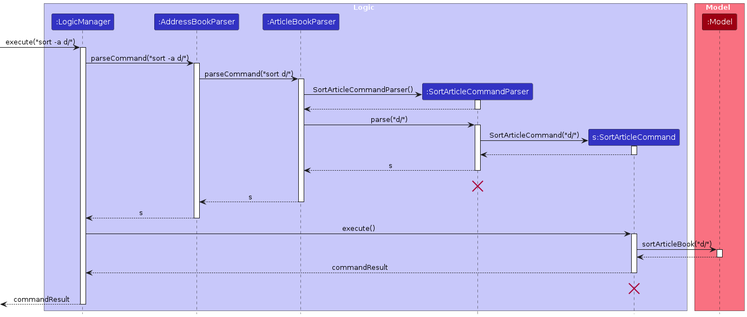
Ko-Khan/tp keeps this PlantUML diagram as diagrams/SortArticlesSequenceDiagram-Logic.png. Above is the earlier version. Its source is kept beside it as diagrams/SortArticlesSequenceDiagram-Logic.puml.
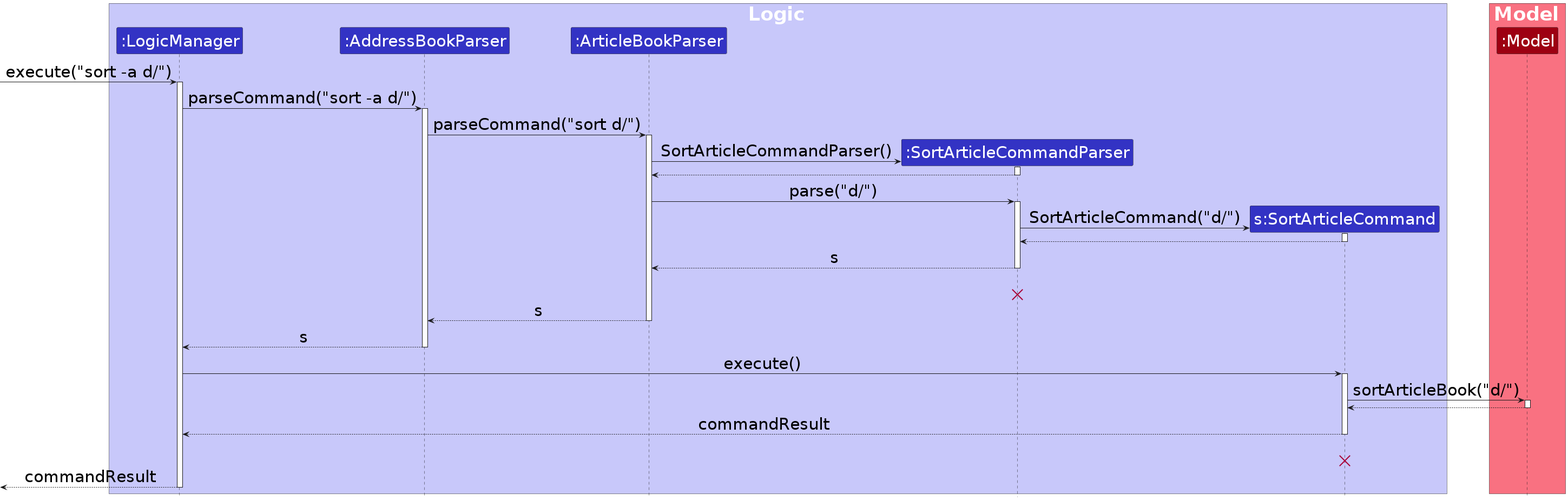
After the change.

Diff of the diagram source:
```diff
@@ -1,8 +1,9 @@
 @startuml
-!include style.puml
+!include style3.puml
 skinparam ArrowFontStyle plain
 
-box Logic LOGIC_COLOR_T1
+
+box <size:35>Logic</size> LOGIC_COLOR_T1
 participant ":LogicManager" as LogicManager LOGIC_COLOR
 participant ":AddressBookParser" as AddressBookParser LOGIC_COLOR
 participant ":ArticleBookParser" as ArticleBookParser LOGIC_COLOR
@@ -10,60 +11,60 @@
 participant "s:SortArticleCommand" as SortArticleCommand LOGIC_COLOR
 end box
 
-box Model MODEL_COLOR_T1
+box <size:35>Model</size> MODEL_COLOR_T1
 participant ":Model" as Model MODEL_COLOR
 end box
-[-> LogicManager : execute("sort -a d/")
+[-> LogicManager : <size:30>execute("sort -a d/")</size>
 activate LogicManager
 
-LogicManager -> AddressBookParser : parseCommand("sort -a d/")
+LogicManager -> AddressBookParser : <size:30>parseCommand("sort -a d/")</size>
 activate AddressBookParser
 
-AddressBookParser -> ArticleBookParser : parseCommand("sort d/")
+AddressBookParser -> ArticleBookParser : <size:30>parseCommand("sort d/")</size>
 activate ArticleBookParser
 
 create SortArticleCommandParser
-ArticleBookParser -> SortArticleCommandParser : SortArticleCommandParser()
+ArticleBookParser -> SortArticleCommandParser : <size:30>SortArticleCommandParser()</size>
 activate SortArticleCommandParser
 
 SortArticleCommandParser --> ArticleBookParser
 deactivate SortArticleCommandParser
 
-ArticleBookParser -> SortArticleCommandParser : parse("d/")
+ArticleBookParser -> SortArticleCommandParser : <size:30>parse("d/")</size>
 activate SortArticleCommandParser
 
 create SortArticleCommand
-SortArticleCommandParser -> SortArticleCommand : SortArticleCommand("d/")
+SortArticleCommandParser -> SortArticleCommand : <size:30>SortArticleCommand("d/")</size>
 activate SortArticleCommand
 
 SortArticleCommand --> SortArticleCommandParser
 deactivate SortArticleCommand
 
-SortArticleCommandParser --> ArticleBookParser : s
+SortArticleCommandParser --> ArticleBookParser : <size:30>s</size>
 deactivate SortArticleCommandParser
-SortArticleCommandParser -[hidden]-> AddressBookParser : s
+SortArticleCommandParser -[hidden]-> AddressBookParser : <size:30>s</size>
 destroy SortArticleCommandParser
 
-ArticleBookParser --> AddressBookParser : s
+ArticleBookParser --> AddressBookParser : <size:30>s</size>
 deactivate ArticleBookParser
 
-AddressBookParser --> LogicManager : s
+AddressBookParser --> LogicManager : <size:30>s</size>
 deactivate AddressBookParser
 
-LogicManager -> SortArticleCommand : execute()
+LogicManager -> SortArticleCommand : <size:30>execute()</size>
 activate SortArticleCommand
 
-SortArticleCommand -> Model : sortArticleBook("d/")
+SortArticleCommand -> Model : <size:30>sortArticleBook("d/")</size>
 activate Model
 
 Model --> SortArticleCommand
 deactivate Model
 
-SortArticleCommand --> LogicManager : commandResult
+SortArticleCommand --> LogicManager : <size:30>commandResult</size>
 deactivate SortArticleCommand
-SortArticleCommand -[hidden]-> LogicManager : commandResult
+SortArticleCommand -[hidden]-> LogicManager : <size:30>commandResult</size>
 destroy SortArticleCommand
 
-[<--LogicManager : commandResult
+[<--LogicManager : <size:30>commandResult</size>
 deactivate LogicManager
 @enduml
```
